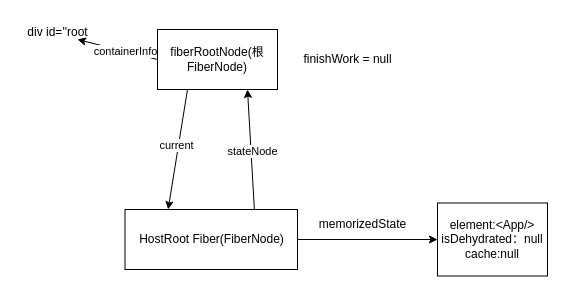
Above: 学习/fiberRootNode.drawio in coder-wangtao/react-debug (draw.io), before the change. Source tidied: cells renumbered, new cells numbered last; positions are measured from the earlier drawing's top-left corner, leaving out a move shared by most shapes. Both pictures are drawn from the tidied source at 100%, with x=0, y=0 at pixel (17, 17).
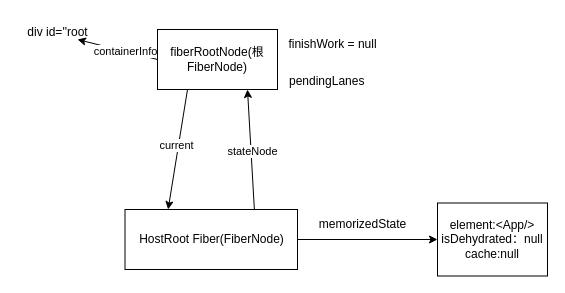
Above is the later version.

The edit, as a diff of the source:
```diff
@@
 <mxGraphModel>
   <root>
     <mxCell id="0" />
     <mxCell id="1" parent="0" />
     <mxCell id="2" style="edgeStyle=none;html=1;exitX=0.25;exitY=1;exitDx=0;exitDy=0;entryX=0.25;entryY=0;entryDx=0;entryDy=0;" parent="1" edge="1" source="4" target="8">
       <mxGeometry relative="1" as="geometry" />
     </mxCell>
     <mxCell id="3" value="current" style="edgeLabel;html=1;align=center;verticalAlign=middle;" parent="2" vertex="1">
       <mxGeometry x="-0.07" y="-2" relative="1" as="geometry" />
     </mxCell>
     <mxCell id="4" value="fiberRootNode(根FiberNode)" style="rounded=0;whiteSpace=wrap;html=1;" parent="1" vertex="1">
       <mxGeometry x="140" y="12" width="120" height="60" as="geometry" />
     </mxCell>
     <mxCell id="5" style="edgeStyle=none;html=1;exitX=0.75;exitY=0;exitDx=0;exitDy=0;entryX=0.75;entryY=1;entryDx=0;entryDy=0;" parent="1" edge="1" source="8" target="4">
       <mxGeometry relative="1" as="geometry" />
     </mxCell>
     <mxCell id="6" value="stateNode" style="edgeLabel;html=1;align=center;verticalAlign=middle;" parent="5" vertex="1">
       <mxGeometry x="-0.02" y="-1" relative="1" as="geometry" />
     </mxCell>
     <mxCell id="7" style="edgeStyle=none;html=1;exitX=1;exitY=0.5;exitDx=0;exitDy=0;entryX=0;entryY=0.5;entryDx=0;entryDy=0;" parent="1" edge="1" source="8" target="13">
       <mxGeometry relative="1" as="geometry" />
     </mxCell>
     <mxCell id="8" value="HostRoot Fiber(FiberNode)" style="rounded=0;whiteSpace=wrap;html=1;" parent="1" vertex="1">
       <mxGeometry x="107.5" y="192" width="172.5" height="60" as="geometry" />
     </mxCell>
     <mxCell id="9" value="finishWork = null" style="text;html=1;align=center;verticalAlign=middle;strokeColor=none;fillColor=none;" parent="1" vertex="1">
-      <mxGeometry x="275" y="27" width="110" height="30" as="geometry" />
+      <mxGeometry x="260" y="12" width="110" height="30" as="geometry" />
     </mxCell>
     <mxCell id="10" style="endArrow=classic;html=1;exitX=0;exitY=0.5;exitDx=0;exitDy=0;" parent="1" edge="1" source="4">
       <mxGeometry relative="1" as="geometry">
         <mxPoint x="60" y="22" as="targetPoint" />
       </mxGeometry>
     </mxCell>
     <mxCell id="11" value="containerInfo" style="edgeLabel;html=1;align=center;verticalAlign=middle;" parent="10" vertex="1">
       <mxGeometry x="-0.16" relative="1" as="geometry">
         <mxPoint x="1" as="offset" />
       </mxGeometry>
     </mxCell>
     <mxCell id="12" value="div id=''root" style="text;html=1;align=center;verticalAlign=middle;strokeColor=none;fillColor=none;" parent="1" vertex="1">
       <mxGeometry width="80" height="30" as="geometry" />
     </mxCell>
     <mxCell id="13" value="element:&amp;lt;App/&amp;gt;&lt;div&gt;&lt;font style=&quot;color: rgb(0, 0, 0);&quot;&gt;isDehydrated：null&lt;/font&gt;&lt;/div&gt;&lt;div&gt;&lt;font style=&quot;color: rgb(0, 0, 0);&quot;&gt;cache:null&lt;/font&gt;&lt;/div&gt;" style="whiteSpace=wrap;html=1;" parent="1" vertex="1">
       <mxGeometry x="420" y="185.5" width="110" height="73" as="geometry" />
     </mxCell>
     <mxCell id="14" value="memorizedState" style="text;html=1;align=center;verticalAlign=middle;strokeColor=none;fillColor=none;" parent="1" vertex="1">
       <mxGeometry x="290" y="192" width="110" height="30" as="geometry" />
     </mxCell>
+    <mxCell id="15" value="&lt;div style=&quot;white-space: pre-wrap;&quot;&gt;pendingLanes&lt;/div&gt;" style="text;whiteSpace=wrap;html=1;" parent="1" vertex="1">
+      <mxGeometry x="270" y="50" width="110" height="40" as="geometry" />
+    </mxCell>
   </root>
 </mxGraphModel>
```
